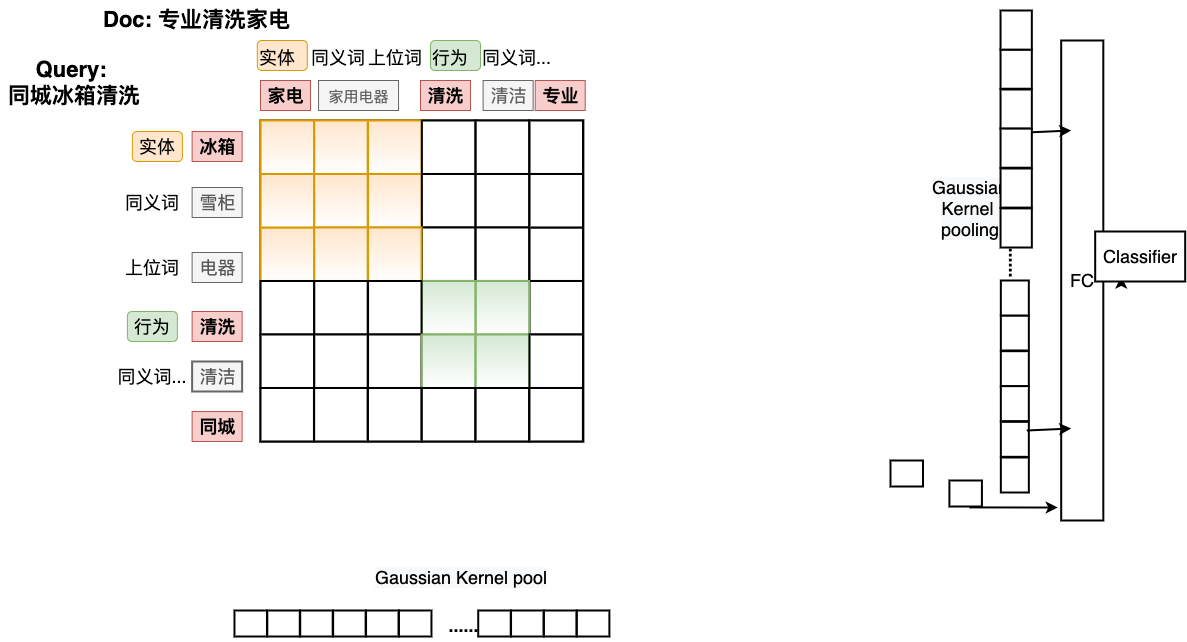
This is Untitled Diagram.png from gouxute/leetcode, a draw.io export, as it was before one commit. Source tidied: cells renumbered, new cells last; positions are measured from the earlier drawing's top-left corner, leaving out a move shared by most shapes.
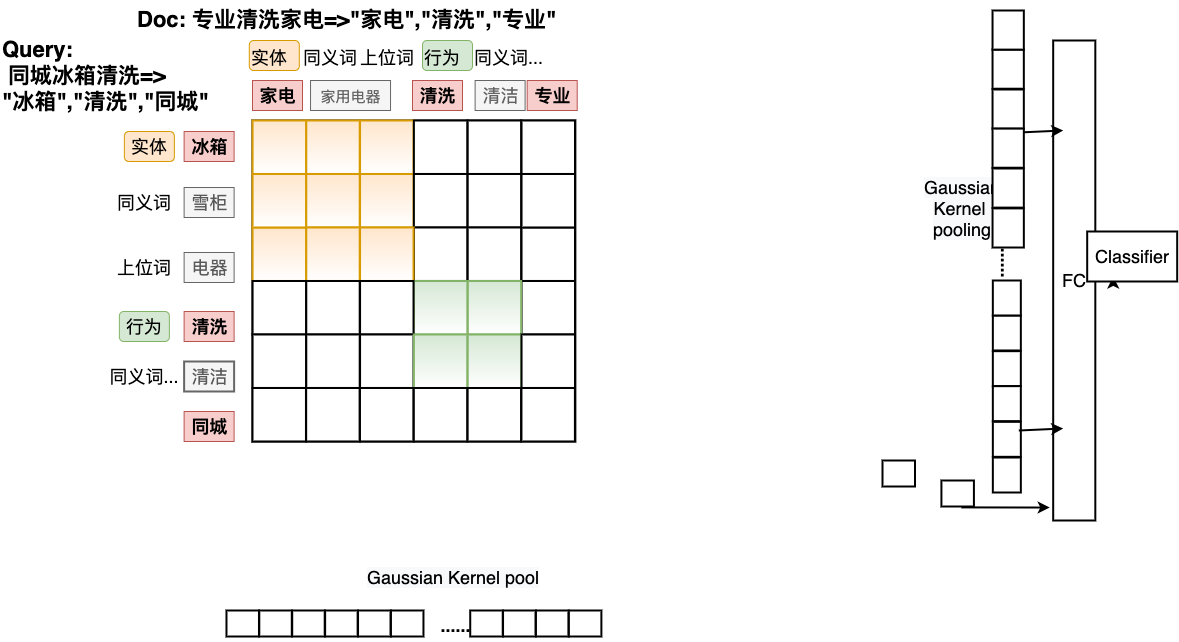
The same diagram one commit later.

Change to the diagram source:
```diff
@@ -65,8 +65,8 @@
     <mxCell id="22" value="&lt;font style=&quot;font-size: 18px&quot;&gt;专业&lt;br&gt;&lt;/font&gt;" style="text;html=1;align=center;verticalAlign=middle;fontSize=18;fillColor=#f8cecc;strokeColor=#b85450;fontStyle=1;" parent="1" vertex="1">
       <mxGeometry x="534.7" y="80" width="50" height="30" as="geometry" />
     </mxCell>
-    <mxCell id="23" value="&lt;div style=&quot;text-align: center; font-size: 22px;&quot;&gt;&lt;span style=&quot;font-size: 22px;&quot;&gt;&lt;font face=&quot;helvetica&quot; style=&quot;font-size: 22px;&quot;&gt;&lt;b style=&quot;font-size: 22px;&quot;&gt;Doc: 专业清洗家电&lt;/b&gt;&lt;/font&gt;&lt;/span&gt;&lt;/div&gt;" style="text;whiteSpace=wrap;html=1;fontSize=22;labelBackgroundColor=none;" parent="1" vertex="1">
-      <mxGeometry x="101.2" width="198.5" height="30" as="geometry" />
+    <mxCell id="23" value="&lt;div style=&quot;text-align: center ; font-size: 22px&quot;&gt;&lt;span style=&quot;font-size: 22px&quot;&gt;&lt;font face=&quot;helvetica&quot; style=&quot;font-size: 22px&quot;&gt;&lt;b style=&quot;font-size: 22px&quot;&gt;Doc: 专业清洗家电=&amp;gt;&quot;家电&quot;,&quot;清洗&quot;,&quot;专业&quot;&lt;/b&gt;&lt;/font&gt;&lt;/span&gt;&lt;/div&gt;" style="text;whiteSpace=wrap;html=1;fontSize=22;labelBackgroundColor=none;" parent="1" vertex="1">
+      <mxGeometry x="142.9" width="440" height="30" as="geometry" />
     </mxCell>
     <mxCell id="24" value="&lt;span style=&quot;color: rgb(0 , 0 , 0) ; font-family: &amp;#34;helvetica&amp;#34; ; font-size: 18px ; font-style: normal ; font-weight: 400 ; letter-spacing: normal ; text-indent: 0px ; text-transform: none ; word-spacing: 0px ; background-color: rgb(248 , 249 , 250) ; display: inline ; float: none&quot;&gt;Gaussian Kernel &lt;br&gt;pooling&lt;/span&gt;" style="text;whiteSpace=wrap;html=1;fontSize=18;align=center;" parent="1" vertex="1">
       <mxGeometry x="904.7" y="170" width="130" height="40" as="geometry" />
@@ -82,8 +82,8 @@
     <mxCell id="27" value="Classifier" style="whiteSpace=wrap;html=1;rounded=0;glass=0;labelBackgroundColor=none;gradientColor=none;fontSize=18;align=center;strokeWidth=2;" parent="1" vertex="1">
       <mxGeometry x="1094.7" y="231" width="90" height="50" as="geometry" />
     </mxCell>
-    <mxCell id="28" value="&lt;div style=&quot;text-align: center; font-size: 22px;&quot;&gt;&lt;font face=&quot;helvetica&quot; style=&quot;font-size: 22px;&quot;&gt;&lt;b style=&quot;font-size: 22px;&quot;&gt;Query:&lt;/b&gt;&lt;/font&gt;&lt;/div&gt;&lt;div style=&quot;text-align: center; font-size: 22px;&quot;&gt;&lt;font face=&quot;helvetica&quot; style=&quot;font-size: 22px;&quot;&gt;&lt;b style=&quot;font-size: 22px;&quot;&gt;&amp;nbsp;同城冰箱清洗&lt;/b&gt;&lt;/font&gt;&lt;/div&gt;" style="text;whiteSpace=wrap;html=1;fontSize=22;labelBackgroundColor=none;" parent="1" vertex="1">
-      <mxGeometry y="50" width="158.1" height="30" as="geometry" />
+    <mxCell id="28" value="&lt;div style=&quot;text-align: justify ; font-size: 22px&quot;&gt;&lt;font face=&quot;helvetica&quot; style=&quot;font-size: 22px&quot;&gt;&lt;b style=&quot;font-size: 22px&quot;&gt;Query:&lt;/b&gt;&lt;/font&gt;&lt;/div&gt;&lt;div style=&quot;text-align: justify ; font-size: 22px&quot;&gt;&lt;font face=&quot;helvetica&quot; style=&quot;font-size: 22px&quot;&gt;&lt;b style=&quot;font-size: 22px&quot;&gt;&amp;nbsp;同城冰箱清洗=&amp;gt;&lt;/b&gt;&lt;/font&gt;&lt;b style=&quot;font-family: &amp;#34;helvetica&amp;#34;&quot;&gt;&amp;nbsp;&lt;/b&gt;&lt;/div&gt;&lt;div style=&quot;text-align: justify ; font-size: 22px&quot;&gt;&lt;b style=&quot;font-family: &amp;#34;helvetica&amp;#34;&quot;&gt;&quot;冰箱&quot;,&quot;清洗&quot;,&quot;&lt;/b&gt;&lt;b style=&quot;font-family: &amp;#34;helvetica&amp;#34;&quot;&gt;同城&lt;/b&gt;&lt;b style=&quot;font-family: &amp;#34;helvetica&amp;#34;&quot;&gt;&quot;&lt;/b&gt;&lt;/div&gt;" style="text;whiteSpace=wrap;html=1;fontSize=22;labelBackgroundColor=none;" parent="1" vertex="1">
+      <mxGeometry x="7.9" y="30" width="226.1" height="90" as="geometry" />
     </mxCell>
     <mxCell id="29" style="group;strokeWidth=2;strokeColor=#000000;" parent="1" vertex="1">
       <mxGeometry x="260" y="120" width="322.9" height="321" as="geometry" />
```
